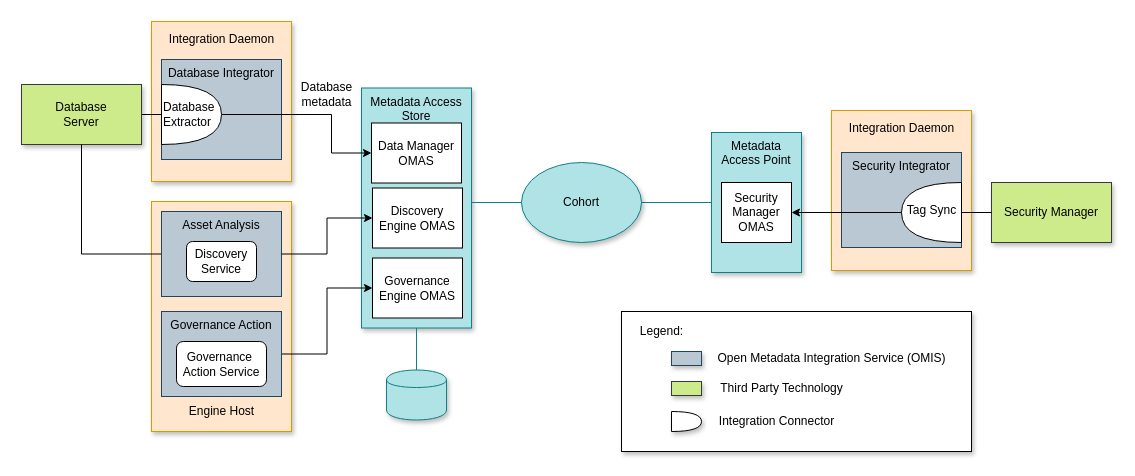
The draw.io diagram page "deployment" (5 of 5) of site/docs/features/synchronized-access-control/security-tags.drawio in odpi/egeria-docs, before the edit. Source tidied: cells renumbered, new cells numbered last; positions are measured from the earlier drawing's top-left corner, leaving out a move shared by most shapes. Both pictures are drawn from the tidied source at 100%, with x=0, y=0 at pixel (21, 21).
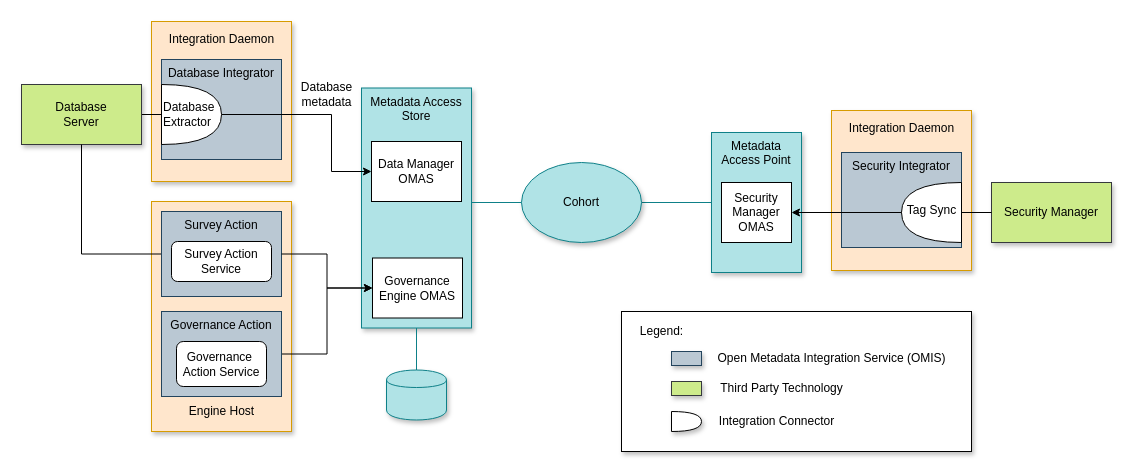
The same diagram, later.

Unchanged cells that the change refers to:
```xml
<mxCell id="12" value="Database&lt;br&gt;Extractor" style="shape=or;whiteSpace=wrap;html=1;align=left;" parent="1" vertex="1">
  <mxGeometry x="140" y="63" width="60" height="60" as="geometry" />
</mxCell>
<mxCell id="41" value="Governance&lt;br&gt;Engine OMAS" style="rounded=0;whiteSpace=wrap;html=1;" parent="1" vertex="1">
  <mxGeometry x="351" y="236.5" width="90" height="60" as="geometry" />
</mxCell>
```

Diff of the diagram source:
```diff
@@
     <mxCell id="6" value="Data Manager OMAS" style="rounded=0;whiteSpace=wrap;html=1;" parent="1" vertex="1">
-      <mxGeometry x="350" y="101.5" width="90" height="60" as="geometry" />
+      <mxGeometry x="350" y="120" width="90" height="60" as="geometry" />
     </mxCell>
@@
     <mxCell id="11" style="edgeStyle=orthogonalEdgeStyle;rounded=0;jettySize=auto;html=1;exitX=1;exitY=0.5;exitDx=0;exitDy=0;exitPerimeter=0;entryX=0;entryY=0.5;entryDx=0;entryDy=0;endArrow=classic;endFill=1;" parent="1" edge="1" source="12" target="6">
       <mxGeometry relative="1" as="geometry">
         <Array as="points">
           <mxPoint x="310" y="93" />
-          <mxPoint x="310" y="132" />
+          <mxPoint x="310" y="150" />
         </Array>
       </mxGeometry>
     </mxCell>
@@
-    <mxCell id="21" value="Asset Analysis" style="rounded=0;whiteSpace=wrap;html=1;verticalAlign=top;fillColor=#bac8d3;strokeColor=#23445d;" parent="1" vertex="1">
+    <mxCell id="21" value="Survey Action" style="rounded=0;whiteSpace=wrap;html=1;verticalAlign=top;fillColor=#bac8d3;strokeColor=#23445d;" parent="1" vertex="1">
       <mxGeometry x="140" y="190" width="120" height="85" as="geometry" />
     </mxCell>
-    <mxCell id="22" value="Discovery Service" style="rounded=1;whiteSpace=wrap;html=1;" parent="1" vertex="1">
-      <mxGeometry x="165" y="220" width="70" height="40" as="geometry" />
+    <mxCell id="22" value="Survey Action Service" style="rounded=1;whiteSpace=wrap;html=1;" parent="1" vertex="1">
+      <mxGeometry x="150" y="220" width="100" height="40" as="geometry" />
     </mxCell>
@@
-    <mxCell id="44" value="Discovery&lt;br&gt;Engine OMAS" style="rounded=0;whiteSpace=wrap;html=1;" parent="1" vertex="1">
-      <mxGeometry x="351" y="166.5" width="90" height="60" as="geometry" />
-    </mxCell>
-    <mxCell id="45" style="edgeStyle=orthogonalEdgeStyle;rounded=0;jettySize=auto;html=1;exitX=1;exitY=0.5;exitDx=0;exitDy=0;entryX=0;entryY=0.5;entryDx=0;entryDy=0;endArrow=classic;endFill=1;" parent="1" edge="1" source="21" target="44">
+    <mxCell id="45" style="edgeStyle=orthogonalEdgeStyle;rounded=0;jettySize=auto;html=1;exitX=1;exitY=0.5;exitDx=0;exitDy=0;entryX=0;entryY=0.5;entryDx=0;entryDy=0;endArrow=classic;endFill=1;" parent="1" edge="1" source="21" target="41">
       <mxGeometry relative="1" as="geometry" />
     </mxCell>
```
